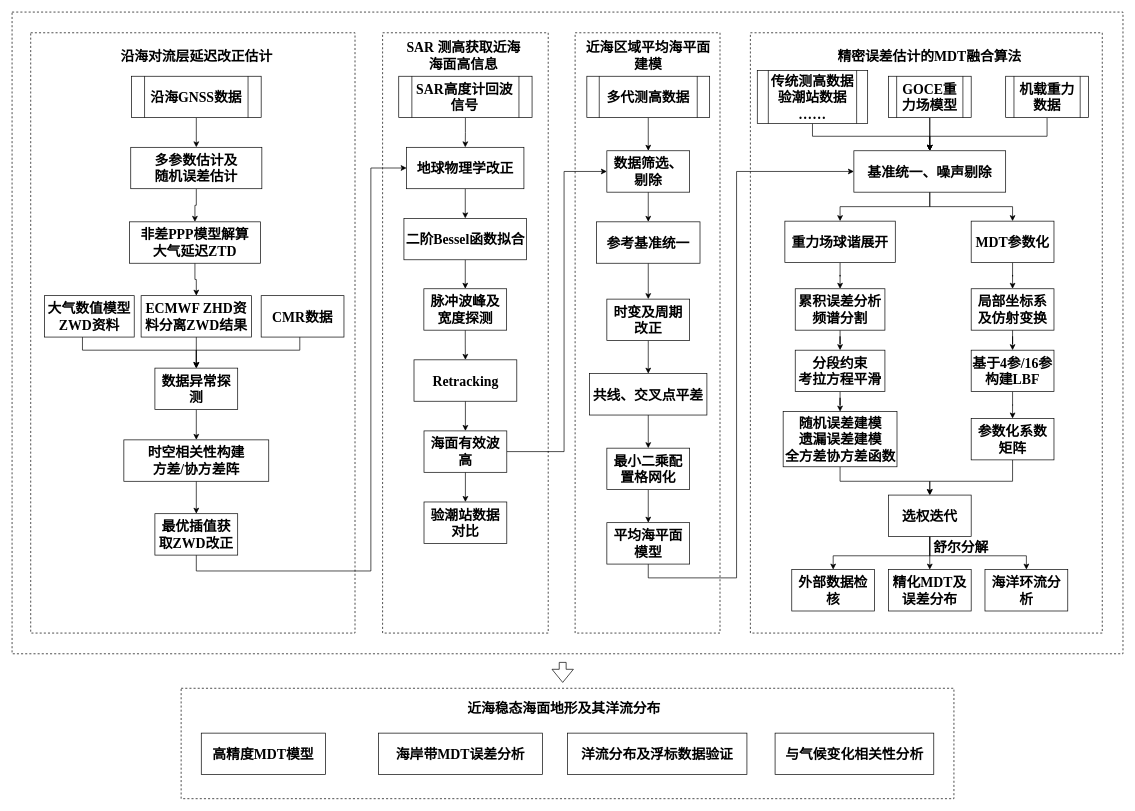
Above: Multi-source rigorous fusion algorithom for MDT refinement.drawio in skgiter/drawIO (draw.io), before the change. Source tidied: cells renumbered, new cells numbered last; positions are measured from the earlier drawing's top-left corner, leaving out a move shared by most shapes. Both pictures are drawn from the tidied source at 69%, with x=0, y=0 at pixel (12, 12).
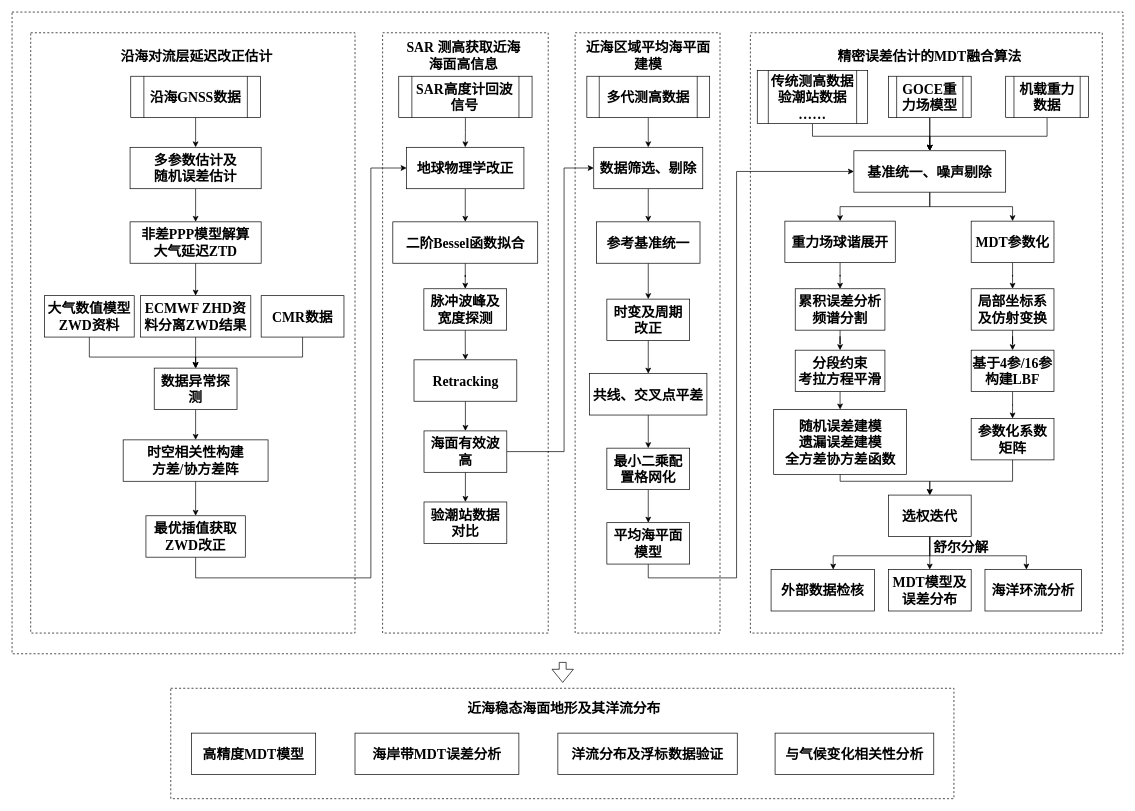
Above is the later version.

Unchanged cells that the change refers to:
```xml
<mxCell id="12" value="地球物理学改正" style="rounded=0;whiteSpace=wrap;html=1;fontFamily=Times New Roman;fontStyle=1;fontSize=20;" parent="1" vertex="1">
  <mxGeometry x="571.8" y="196" width="170" height="60" as="geometry" />
</mxCell>
<mxCell id="21" value="&lt;span style=&quot;white-space: normal; font-size: 20px;&quot;&gt;海面有效波高&lt;/span&gt;" style="rounded=0;whiteSpace=wrap;html=1;fontFamily=Times New Roman;fontStyle=1;fontSize=20;" parent="1" vertex="1">
  <mxGeometry x="597" y="607" width="120" height="60" as="geometry" />
</mxCell>
<mxCell id="74" value="大气数值模型ZWD资料" style="whiteSpace=wrap;html=1;rounded=0;fontStyle=1;fontSize=20;fontFamily=Times New Roman;" parent="1" vertex="1">
  <mxGeometry x="47" y="411" width="130" height="60" as="geometry" />
</mxCell>
<mxCell id="76" value="&lt;span style=&quot;font-size: 20px;&quot;&gt;CMR数据&lt;/span&gt;" style="rounded=0;whiteSpace=wrap;html=1;fontStyle=1;fontSize=20;fontFamily=Times New Roman;" parent="1" vertex="1">
  <mxGeometry x="361" y="411" width="120" height="60" as="geometry" />
</mxCell>
```

Diff of the diagram source:
```diff
@@
-    <mxCell id="7" style="edgeStyle=orthogonalEdgeStyle;rounded=0;jettySize=auto;html=1;entryX=0;entryY=0.5;entryDx=0;entryDy=0;fontFamily=Times New Roman;fontSize=20;exitX=0.5;exitY=1;exitDx=0;exitDy=0;" parent="1" edge="1" source="81" target="12">
-      <mxGeometry relative="1" as="geometry">
-        <Array as="points">
-          <mxPoint x="267" y="810" />
-          <mxPoint x="520" y="810" />
-          <mxPoint x="520" y="226" />
-        </Array>
-      </mxGeometry>
-    </mxCell>
@@
     <mxCell id="14" value="&lt;span style=&quot;font-size: 20px;&quot;&gt;二阶&lt;/span&gt;&lt;span lang=&quot;EN-US&quot; style=&quot;font-size: 20px;&quot;&gt;Bessel&lt;/span&gt;&lt;span style=&quot;font-size: 20px;&quot;&gt;函数拟合&lt;/span&gt;" style="rounded=0;whiteSpace=wrap;html=1;fontFamily=Times New Roman;fontStyle=1;fontSize=20;" parent="1" vertex="1">
-      <mxGeometry x="567.9" y="299" width="177.8" height="60" as="geometry" />
+      <mxGeometry x="551.8" y="304" width="210" height="60" as="geometry" />
     </mxCell>
@@
     <mxCell id="20" style="edgeStyle=orthogonalEdgeStyle;rounded=0;jettySize=auto;html=1;entryX=0;entryY=0.5;entryDx=0;entryDy=0;fontFamily=Times New Roman;fontSize=20;exitX=1;exitY=0.5;exitDx=0;exitDy=0;" parent="1" edge="1" source="21" target="87">
       <mxGeometry relative="1" as="geometry">
         <Array as="points">
           <mxPoint x="800" y="637" />
-          <mxPoint x="800" y="231" />
+          <mxPoint x="800" y="226" />
         </Array>
       </mxGeometry>
     </mxCell>
@@
-    <mxCell id="34" value="精化MDT及误差分布" style="rounded=0;whiteSpace=wrap;html=1;fontFamily=Times New Roman;fontStyle=1;fontSize=20;" parent="1" vertex="1">
+    <mxCell id="34" value="MDT模型及误差分布" style="rounded=0;whiteSpace=wrap;html=1;fontFamily=Times New Roman;fontStyle=1;fontSize=20;" parent="1" vertex="1">
       <mxGeometry x="1270" y="808" width="120" height="60" as="geometry" />
     </mxCell>
     <mxCell id="35" value="海洋环流分析" style="rounded=0;whiteSpace=wrap;html=1;fontFamily=Times New Roman;fontStyle=1;fontSize=20;" parent="1" vertex="1">
-      <mxGeometry x="1410" y="808" width="120" height="60" as="geometry" />
+      <mxGeometry x="1410" y="808" width="140" height="60" as="geometry" />
     </mxCell>
     <mxCell id="36" value="&lt;span style=&quot;white-space: normal; font-size: 20px;&quot;&gt;外部数据检核&lt;/span&gt;" style="rounded=0;whiteSpace=wrap;html=1;fontFamily=Times New Roman;fontStyle=1;fontSize=20;" parent="1" vertex="1">
-      <mxGeometry x="1130" y="808" width="120" height="60" as="geometry" />
+      <mxGeometry x="1100" y="808" width="150" height="60" as="geometry" />
     </mxCell>
@@
     <mxCell id="40" value="随机误差建模&lt;br style=&quot;font-size: 20px;&quot;&gt;遗漏误差建模&lt;br style=&quot;font-size: 20px;&quot;&gt;全方差协方差函数" style="whiteSpace=wrap;html=1;rounded=0;fontFamily=Times New Roman;fontSize=20;fontStyle=1;" parent="1" vertex="1">
-      <mxGeometry x="1117.5" y="579" width="165" height="80" as="geometry" />
+      <mxGeometry x="1103.8" y="576" width="192.5" height="94" as="geometry" />
     </mxCell>
@@
     <mxCell id="57" style="rounded=0;whiteSpace=wrap;html=1;dashed=1;fontFamily=Times New Roman;fontSize=20;" parent="1" vertex="1">
-      <mxGeometry x="245" y="980" width="1120" height="160" as="geometry" />
+      <mxGeometry x="230" y="980" width="1135" height="160" as="geometry" />
     </mxCell>
@@
     <mxCell id="59" value="海岸带MDT误差分析" style="rounded=0;whiteSpace=wrap;html=1;fontFamily=Times New Roman;fontSize=20;fontStyle=1;" parent="1" vertex="1">
-      <mxGeometry x="531" y="1045" width="237.5" height="60" as="geometry" />
+      <mxGeometry x="497" y="1045" width="237.5" height="60" as="geometry" />
     </mxCell>
@@
     <mxCell id="61" value="洋流分布及浮标数据验证" style="rounded=0;whiteSpace=wrap;html=1;fontFamily=Times New Roman;fontSize=20;fontStyle=1;" parent="1" vertex="1">
-      <mxGeometry x="805" y="1045" width="260" height="60" as="geometry" />
+      <mxGeometry x="791" y="1045" width="260" height="60" as="geometry" />
     </mxCell>
@@
     <mxCell id="63" value="高精度MDT模型" style="rounded=0;whiteSpace=wrap;html=1;fontFamily=Times New Roman;fontSize=20;fontStyle=1;" parent="1" vertex="1">
-      <mxGeometry x="274.2" y="1045" width="180" height="60" as="geometry" />
+      <mxGeometry x="260" y="1045" width="180" height="60" as="geometry" />
     </mxCell>
@@
     <mxCell id="66" value="&lt;b style=&quot;font-size: 20px;&quot;&gt;沿海GNSS数据&lt;/b&gt;" style="shape=process;whiteSpace=wrap;html=1;backgroundOutline=1;fontFamily=Times New Roman;fontSize=20;fontColor=#000000;align=center;strokeColor=#000000;fillColor=#ffffff;" parent="1" vertex="1">
-      <mxGeometry x="173" y="93" width="188" height="60" as="geometry" />
+      <mxGeometry x="172" y="93" width="188" height="60" as="geometry" />
     </mxCell>
@@
     <mxCell id="68" value="&lt;b style=&quot;font-size: 20px&quot;&gt;多参数估计及&lt;br&gt;随机误差估计&lt;br style=&quot;font-size: 20px&quot;&gt;&lt;/b&gt;" style="rounded=0;whiteSpace=wrap;html=1;fontSize=20;fontFamily=Times New Roman;" parent="1" vertex="1">
-      <mxGeometry x="172" y="196" width="190" height="60" as="geometry" />
+      <mxGeometry x="171" y="196" width="190" height="60" as="geometry" />
     </mxCell>
@@
     <mxCell id="70" value="&lt;b style=&quot;font-size: 20px&quot;&gt;非差PPP模型解算&lt;br&gt;&lt;/b&gt;&lt;b style=&quot;font-size: 20px&quot;&gt;大气延迟ZTD&lt;br style=&quot;font-size: 20px&quot;&gt;&lt;/b&gt;" style="rounded=0;whiteSpace=wrap;html=1;fontSize=20;fontFamily=Times New Roman;" parent="1" vertex="1">
-      <mxGeometry x="170" y="304" width="190" height="60" as="geometry" />
+      <mxGeometry x="171" y="304" width="190" height="60" as="geometry" />
     </mxCell>
@@
     <mxCell id="72" value="&lt;b style=&quot;font-size: 20px;&quot;&gt;ECMWF ZHD资料分离ZWD结果&lt;br style=&quot;font-size: 20px;&quot;&gt;&lt;/b&gt;" style="rounded=0;whiteSpace=wrap;html=1;fontSize=20;fontFamily=Times New Roman;" parent="1" vertex="1">
-      <mxGeometry x="187" y="411" width="160" height="60" as="geometry" />
+      <mxGeometry x="186" y="411" width="160" height="60" as="geometry" />
     </mxCell>
-    <mxCell id="73" style="edgeStyle=orthogonalEdgeStyle;rounded=0;jettySize=auto;html=1;entryX=0.5;entryY=0;entryDx=0;entryDy=0;fontFamily=Times New Roman;fontSize=20;" parent="1" edge="1" source="74" target="78">
+    <mxCell id="73" style="edgeStyle=orthogonalEdgeStyle;rounded=0;jettySize=auto;html=1;fontFamily=Times New Roman;fontSize=20;" parent="1" edge="1" source="74" target="78">
       <mxGeometry relative="1" as="geometry">
         <Array as="points">
-          <mxPoint x="102" y="490" />
-          <mxPoint x="267" y="490" />
+          <mxPoint x="112" y="500" />
+          <mxPoint x="266" y="500" />
         </Array>
       </mxGeometry>
     </mxCell>
@@
     <mxCell id="75" style="edgeStyle=orthogonalEdgeStyle;rounded=0;jettySize=auto;html=1;entryX=0.5;entryY=0;entryDx=0;entryDy=0;fontFamily=Times New Roman;fontSize=20;" parent="1" edge="1" source="76" target="78">
       <mxGeometry relative="1" as="geometry">
         <Array as="points">
-          <mxPoint x="417" y="490" />
-          <mxPoint x="267" y="490" />
+          <mxPoint x="421" y="500" />
+          <mxPoint x="266" y="500" />
         </Array>
       </mxGeometry>
     </mxCell>
@@
     <mxCell id="78" value="数据异常探测" style="whiteSpace=wrap;html=1;rounded=0;fontStyle=1;fontSize=20;fontFamily=Times New Roman;" parent="1" vertex="1">
-      <mxGeometry x="207" y="516" width="120" height="60" as="geometry" />
+      <mxGeometry x="206" y="516" width="120" height="60" as="geometry" />
     </mxCell>
@@
     <mxCell id="80" value="&lt;span style=&quot;font-size: 20px&quot;&gt;时空相关性构建&lt;br&gt;方差/协方差阵&lt;/span&gt;" style="whiteSpace=wrap;html=1;rounded=0;fontStyle=1;fontSize=20;fontFamily=Times New Roman;" parent="1" vertex="1">
-      <mxGeometry x="162" y="620" width="210" height="60" as="geometry" />
+      <mxGeometry x="161" y="620" width="210" height="60" as="geometry" />
     </mxCell>
+    <mxCell id="7" style="edgeStyle=orthogonalEdgeStyle;rounded=0;jettySize=auto;html=1;entryX=0;entryY=0.5;entryDx=0;entryDy=0;fontFamily=Times New Roman;fontSize=20;exitX=0.5;exitY=1;exitDx=0;exitDy=0;" parent="1" edge="1" source="81" target="12">
+      <mxGeometry relative="1" as="geometry">
+        <Array as="points">
+          <mxPoint x="266" y="820" />
+          <mxPoint x="520" y="820" />
+          <mxPoint x="520" y="226" />
+        </Array>
+      </mxGeometry>
+    </mxCell>
     <mxCell id="81" value="最优插值获取ZWD改正" style="whiteSpace=wrap;html=1;rounded=0;fontStyle=1;fontSize=20;fontFamily=Times New Roman;" parent="1" vertex="1">
-      <mxGeometry x="207" y="727" width="120" height="60" as="geometry" />
+      <mxGeometry x="194" y="730" width="144" height="60" as="geometry" />
     </mxCell>
@@
     <mxCell id="87" value="数据筛选、剔除" style="whiteSpace=wrap;html=1;rounded=0;fontFamily=Times New Roman;fontSize=20;fontStyle=1;" parent="1" vertex="1">
-      <mxGeometry x="862" y="201" width="120" height="60" as="geometry" />
+      <mxGeometry x="843" y="196" width="158" height="60" as="geometry" />
     </mxCell>
```
